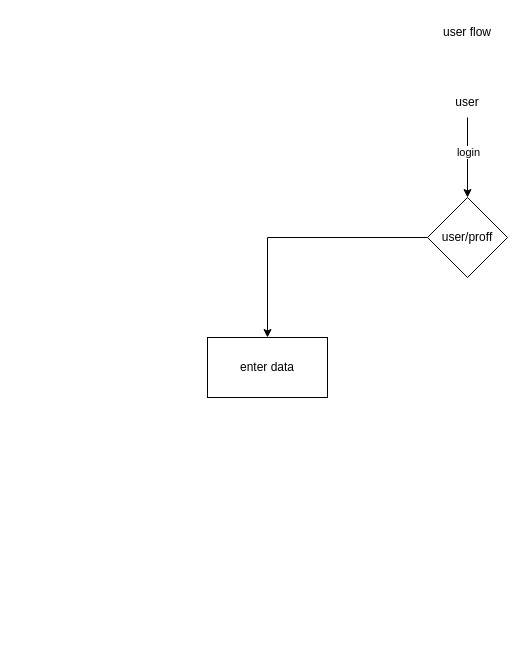
Earlier version of the draw.io diagram ostadbun-userFlow.drawio (ostadbun/docs). Source tidied: cells renumbered, new cells numbered last; positions are measured from the earlier drawing's top-left corner, leaving out a move shared by most shapes. Both pictures are drawn from the tidied source at 100%, with x=0, y=0 at pixel (207, 17).
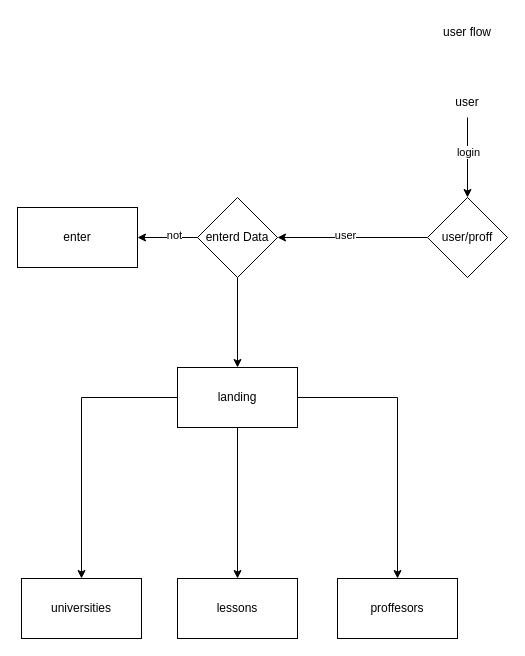
The same diagram, later.

The change refers to these unchanged cells:
```xml
<mxCell id="6" value="user/proff" style="rhombus;whiteSpace=wrap;html=1;" parent="1" vertex="1">
  <mxGeometry x="220" y="180" width="80" height="80" as="geometry" />
</mxCell>
```

The edit, as a diff of the source:
```diff
@@
-    <mxCell id="5" style="edgeStyle=orthogonalEdgeStyle;rounded=0;jettySize=auto;html=1;" parent="1" edge="1" source="6" target="7">
-      <mxGeometry relative="1" as="geometry" />
-    </mxCell>
+    <mxCell id="9" style="edgeStyle=orthogonalEdgeStyle;rounded=0;jettySize=auto;html=1;" parent="1" edge="1" source="6" target="14">
+      <mxGeometry relative="1" as="geometry" />
+    </mxCell>
+    <mxCell id="10" value="user" style="edgeLabel;html=1;align=center;verticalAlign=middle;" parent="9" vertex="1">
+      <mxGeometry x="0.1" y="-3" relative="1" as="geometry" />
+    </mxCell>
@@
-    <mxCell id="7" value="enter data" style="whiteSpace=wrap;html=1;" parent="1" vertex="1">
-      <mxGeometry y="320" width="120" height="60" as="geometry" />
-    </mxCell>
@@
+    <mxCell id="11" style="edgeStyle=orthogonalEdgeStyle;rounded=0;jettySize=auto;html=1;" parent="1" edge="1" source="14" target="15">
+      <mxGeometry relative="1" as="geometry" />
+    </mxCell>
+    <mxCell id="12" value="not" style="edgeLabel;html=1;align=center;verticalAlign=middle;" parent="11" vertex="1">
+      <mxGeometry x="-0.2" y="-3" relative="1" as="geometry" />
+    </mxCell>
+    <mxCell id="13" style="edgeStyle=orthogonalEdgeStyle;rounded=0;jettySize=auto;html=1;" parent="1" edge="1" source="14" target="19">
+      <mxGeometry relative="1" as="geometry" />
+    </mxCell>
+    <mxCell id="14" value="enterd Data" style="rhombus;whiteSpace=wrap;html=1;" parent="1" vertex="1">
+      <mxGeometry x="-10" y="180" width="80" height="80" as="geometry" />
+    </mxCell>
+    <mxCell id="15" value="enter" style="whiteSpace=wrap;html=1;" parent="1" vertex="1">
+      <mxGeometry x="-190" y="190" width="120" height="60" as="geometry" />
+    </mxCell>
+    <mxCell id="16" style="edgeStyle=orthogonalEdgeStyle;rounded=0;jettySize=auto;html=1;" parent="1" edge="1" source="19" target="20">
+      <mxGeometry relative="1" as="geometry" />
+    </mxCell>
+    <mxCell id="17" style="edgeStyle=orthogonalEdgeStyle;rounded=0;jettySize=auto;html=1;" parent="1" edge="1" source="19" target="21">
+      <mxGeometry relative="1" as="geometry" />
+    </mxCell>
+    <mxCell id="18" style="edgeStyle=orthogonalEdgeStyle;rounded=0;jettySize=auto;html=1;" parent="1" edge="1" source="19" target="22">
+      <mxGeometry relative="1" as="geometry" />
+    </mxCell>
+    <mxCell id="19" value="landing" style="whiteSpace=wrap;html=1;" parent="1" vertex="1">
+      <mxGeometry x="-30" y="350" width="120" height="60" as="geometry" />
+    </mxCell>
+    <mxCell id="20" value="universities" style="whiteSpace=wrap;html=1;" parent="1" vertex="1">
+      <mxGeometry x="-186" y="561" width="120" height="60" as="geometry" />
+    </mxCell>
+    <mxCell id="21" value="lessons" style="whiteSpace=wrap;html=1;" parent="1" vertex="1">
+      <mxGeometry x="-30" y="561" width="120" height="60" as="geometry" />
+    </mxCell>
+    <mxCell id="22" value="proffesors" style="whiteSpace=wrap;html=1;" parent="1" vertex="1">
+      <mxGeometry x="130" y="561" width="120" height="60" as="geometry" />
+    </mxCell>
```
